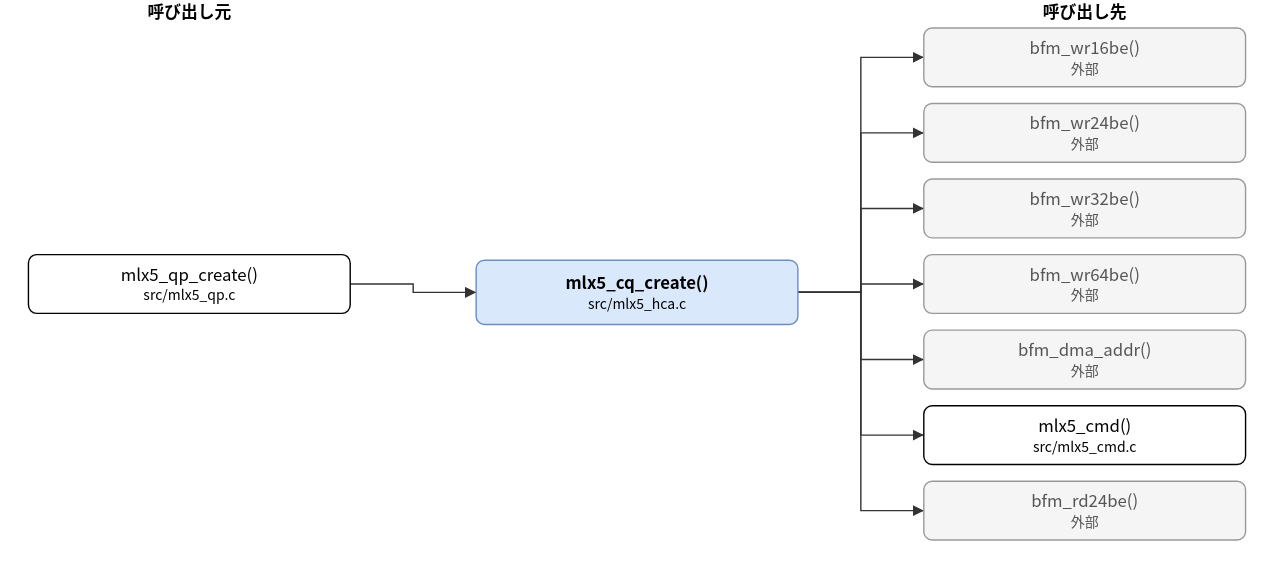
Earlier version of the draw.io export doc/spec/images/call_src_mlx5_hca-mlx5_cq_create.drawio.svg (hf355051012-ai/bfmem). Source tidied: cells renumbered, new cells last; positions are measured from the earlier drawing's top-left corner, leaving out a move shared by most shapes.
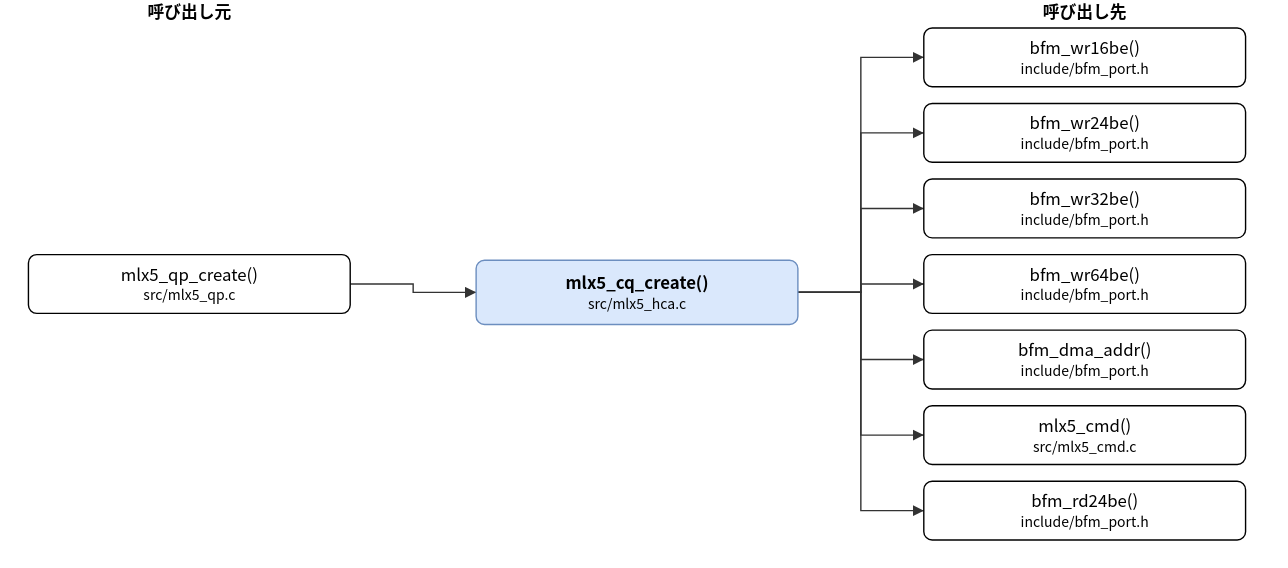
After the change.

Change to the diagram source:
```diff
@@ -8,25 +8,25 @@
     <mxCell id="3" value="mlx5_qp_create()&lt;br&gt;&lt;font style=&quot;font-size:10px&quot;&gt;src/mlx5_qp.c&lt;/font&gt;" style="rounded=1;whiteSpace=wrap;html=1;" parent="1" vertex="1">
       <mxGeometry y="182" width="230" height="42" as="geometry" />
     </mxCell>
-    <mxCell id="4" value="bfm_wr16be()&lt;br&gt;&lt;font style=&quot;font-size:10px&quot;&gt;外部&lt;/font&gt;" style="rounded=1;whiteSpace=wrap;html=1;fillColor=#f5f5f5;strokeColor=#999999;fontColor=#555555;" parent="1" vertex="1">
+    <mxCell id="4" value="bfm_wr16be()&lt;br&gt;&lt;font style=&quot;font-size:10px&quot;&gt;include/bfm_port.h&lt;/font&gt;" style="rounded=1;whiteSpace=wrap;html=1;" parent="1" vertex="1">
       <mxGeometry x="640" y="20" width="230" height="42" as="geometry" />
     </mxCell>
-    <mxCell id="5" value="bfm_wr24be()&lt;br&gt;&lt;font style=&quot;font-size:10px&quot;&gt;外部&lt;/font&gt;" style="rounded=1;whiteSpace=wrap;html=1;fillColor=#f5f5f5;strokeColor=#999999;fontColor=#555555;" parent="1" vertex="1">
+    <mxCell id="5" value="bfm_wr24be()&lt;br&gt;&lt;font style=&quot;font-size:10px&quot;&gt;include/bfm_port.h&lt;/font&gt;" style="rounded=1;whiteSpace=wrap;html=1;" parent="1" vertex="1">
       <mxGeometry x="640" y="74" width="230" height="42" as="geometry" />
     </mxCell>
-    <mxCell id="6" value="bfm_wr32be()&lt;br&gt;&lt;font style=&quot;font-size:10px&quot;&gt;外部&lt;/font&gt;" style="rounded=1;whiteSpace=wrap;html=1;fillColor=#f5f5f5;strokeColor=#999999;fontColor=#555555;" parent="1" vertex="1">
+    <mxCell id="6" value="bfm_wr32be()&lt;br&gt;&lt;font style=&quot;font-size:10px&quot;&gt;include/bfm_port.h&lt;/font&gt;" style="rounded=1;whiteSpace=wrap;html=1;" parent="1" vertex="1">
       <mxGeometry x="640" y="128" width="230" height="42" as="geometry" />
     </mxCell>
-    <mxCell id="7" value="bfm_wr64be()&lt;br&gt;&lt;font style=&quot;font-size:10px&quot;&gt;外部&lt;/font&gt;" style="rounded=1;whiteSpace=wrap;html=1;fillColor=#f5f5f5;strokeColor=#999999;fontColor=#555555;" parent="1" vertex="1">
+    <mxCell id="7" value="bfm_wr64be()&lt;br&gt;&lt;font style=&quot;font-size:10px&quot;&gt;include/bfm_port.h&lt;/font&gt;" style="rounded=1;whiteSpace=wrap;html=1;" parent="1" vertex="1">
       <mxGeometry x="640" y="182" width="230" height="42" as="geometry" />
     </mxCell>
-    <mxCell id="8" value="bfm_dma_addr()&lt;br&gt;&lt;font style=&quot;font-size:10px&quot;&gt;外部&lt;/font&gt;" style="rounded=1;whiteSpace=wrap;html=1;fillColor=#f5f5f5;strokeColor=#999999;fontColor=#555555;" parent="1" vertex="1">
+    <mxCell id="8" value="bfm_dma_addr()&lt;br&gt;&lt;font style=&quot;font-size:10px&quot;&gt;include/bfm_port.h&lt;/font&gt;" style="rounded=1;whiteSpace=wrap;html=1;" parent="1" vertex="1">
       <mxGeometry x="640" y="236" width="230" height="42" as="geometry" />
     </mxCell>
     <mxCell id="9" value="mlx5_cmd()&lt;br&gt;&lt;font style=&quot;font-size:10px&quot;&gt;src/mlx5_cmd.c&lt;/font&gt;" style="rounded=1;whiteSpace=wrap;html=1;" parent="1" vertex="1">
       <mxGeometry x="640" y="290" width="230" height="42" as="geometry" />
     </mxCell>
-    <mxCell id="10" value="bfm_rd24be()&lt;br&gt;&lt;font style=&quot;font-size:10px&quot;&gt;外部&lt;/font&gt;" style="rounded=1;whiteSpace=wrap;html=1;fillColor=#f5f5f5;strokeColor=#999999;fontColor=#555555;" parent="1" vertex="1">
+    <mxCell id="10" value="bfm_rd24be()&lt;br&gt;&lt;font style=&quot;font-size:10px&quot;&gt;include/bfm_port.h&lt;/font&gt;" style="rounded=1;whiteSpace=wrap;html=1;" parent="1" vertex="1">
       <mxGeometry x="640" y="344" width="230" height="42" as="geometry" />
     </mxCell>
     <mxCell id="11" style="edgeStyle=none;html=1;rounded=0;endArrow=block;endFill=1;exitX=1.0000;exitY=0.5000;exitDx=0;exitDy=0;exitPerimeter=0;entryX=0.0000;entryY=0.5000;entryDx=0;entryDy=0;entryPerimeter=0;" parent="1" edge="1" source="3" target="2">
```
